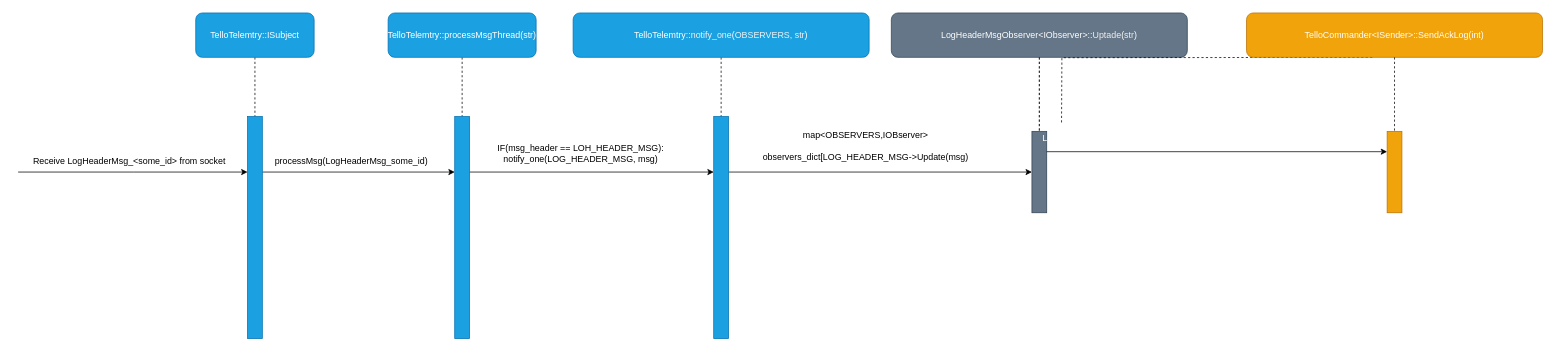
Earlier version of the draw.io diagram page "TelloAckLoGObserver_activity" (6 of 8) of docs/TelloDriver.drawio (GalBrandwine/tello_driver). Source tidied: cells renumbered, new cells numbered last; positions are measured from the earlier drawing's top-left corner, leaving out a move shared by most shapes. Both pictures are drawn from the tidied source at 74%, with x=0, y=0 at pixel (18, 13).
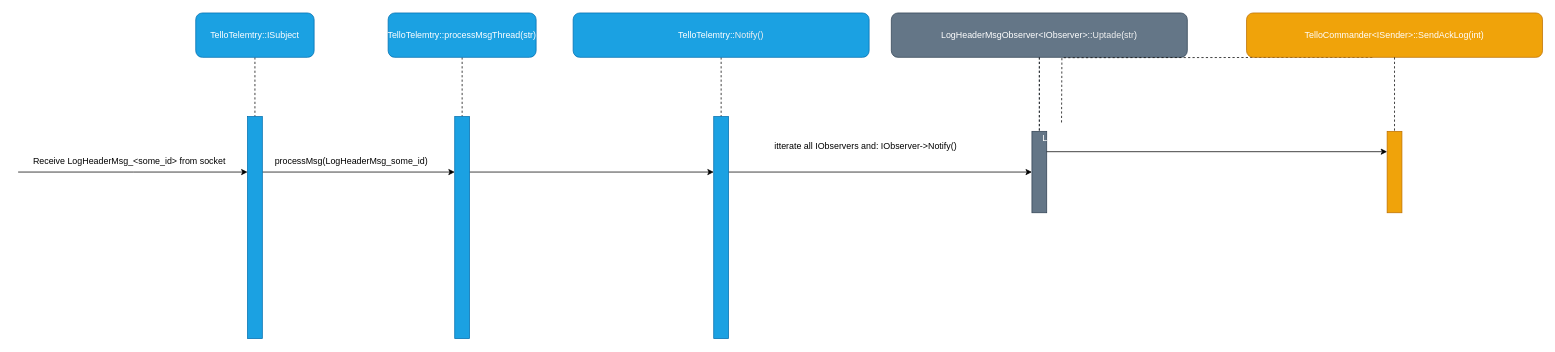
Above is the later version.

Diff of the diagram source:
```diff
@@
-    <mxCell id="14" value="TelloTelemtry::&lt;span style=&quot;color: rgb(240 , 240 , 240)&quot;&gt;notify_one&lt;/span&gt;(&lt;span style=&quot;color: rgb(240 , 240 , 240)&quot;&gt;OBSERVERS, str&lt;/span&gt;)" style="whiteSpace=wrap;html=1;rounded=1;fillColor=#1ba1e2;strokeColor=#006EAF;fontColor=#ffffff;" parent="1" vertex="1">
+    <mxCell id="14" value="TelloTelemtry::&lt;span style=&quot;color: rgb(240 , 240 , 240)&quot;&gt;Notify()&lt;/span&gt;" style="whiteSpace=wrap;html=1;rounded=1;fillColor=#1ba1e2;strokeColor=#006EAF;fontColor=#ffffff;" parent="1" vertex="1">
       <mxGeometry x="750" width="400" height="60" as="geometry" />
     </mxCell>
@@
-    <mxCell id="17" value="IF(msg_header == LOH_HEADER_MSG):&lt;br&gt;notify_one(LOG_HEADER_MSG, msg)" style="text;html=1;align=center;verticalAlign=middle;" parent="1" vertex="1">
-      <mxGeometry x="640" y="175" width="240" height="30" as="geometry" />
-    </mxCell>
@@
-    <mxCell id="22" value="map&amp;lt;&lt;span&gt;OBSERVERS,IOBserver&amp;gt;&lt;br&gt;&lt;br&gt;observers_dict[&lt;/span&gt;LOG_HEADER_MSG-&amp;gt;Update(msg)&lt;span&gt;&lt;br&gt;&lt;/span&gt;" style="text;html=1;align=center;verticalAlign=middle;" parent="1" vertex="1">
-      <mxGeometry x="1000" y="155" width="290" height="50" as="geometry" />
+    <mxCell id="22" value="&lt;span&gt;itterate all IObservers and: IObserver-&amp;gt;Notify()&lt;br&gt;&lt;/span&gt;" style="text;html=1;align=center;verticalAlign=middle;" parent="1" vertex="1">
+      <mxGeometry x="1015" y="170" width="260" height="20" as="geometry" />
     </mxCell>
```
